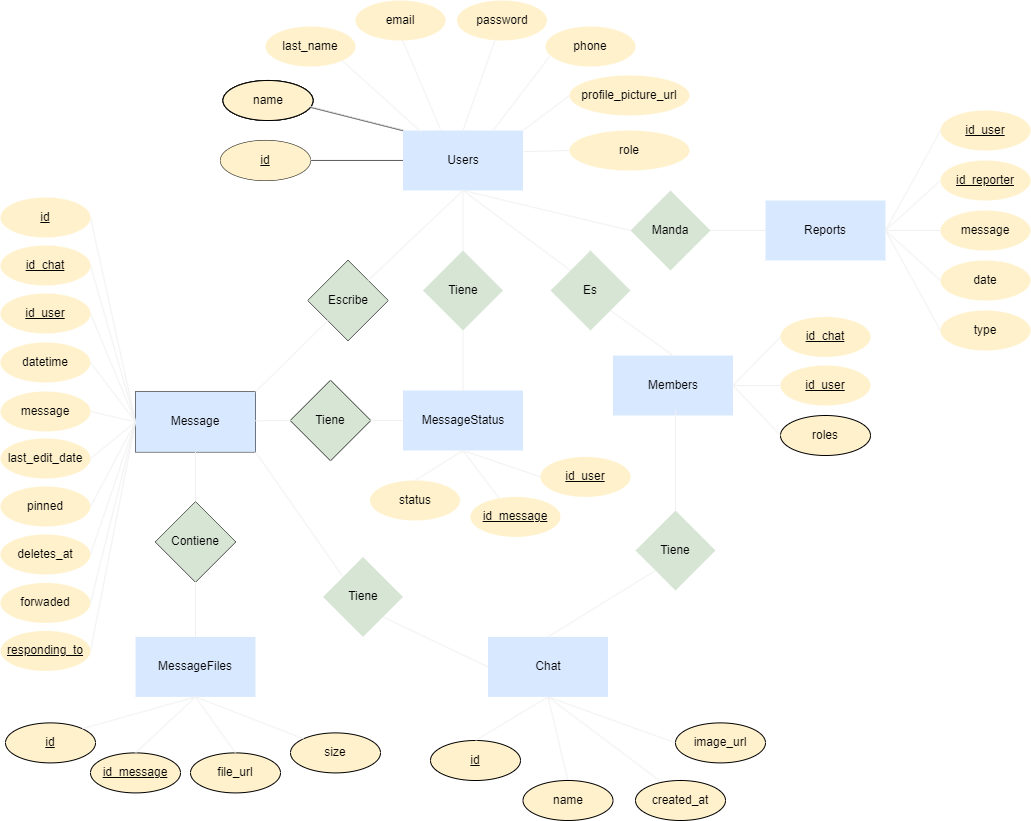
The draw.io diagram assets/ER-Model.png in benjahuenchunir/React_Madrid_frontend, before a commit. Source tidied: cells renumbered, new cells last; positions are measured from the earlier drawing's top-left corner, leaving out a move shared by most shapes.
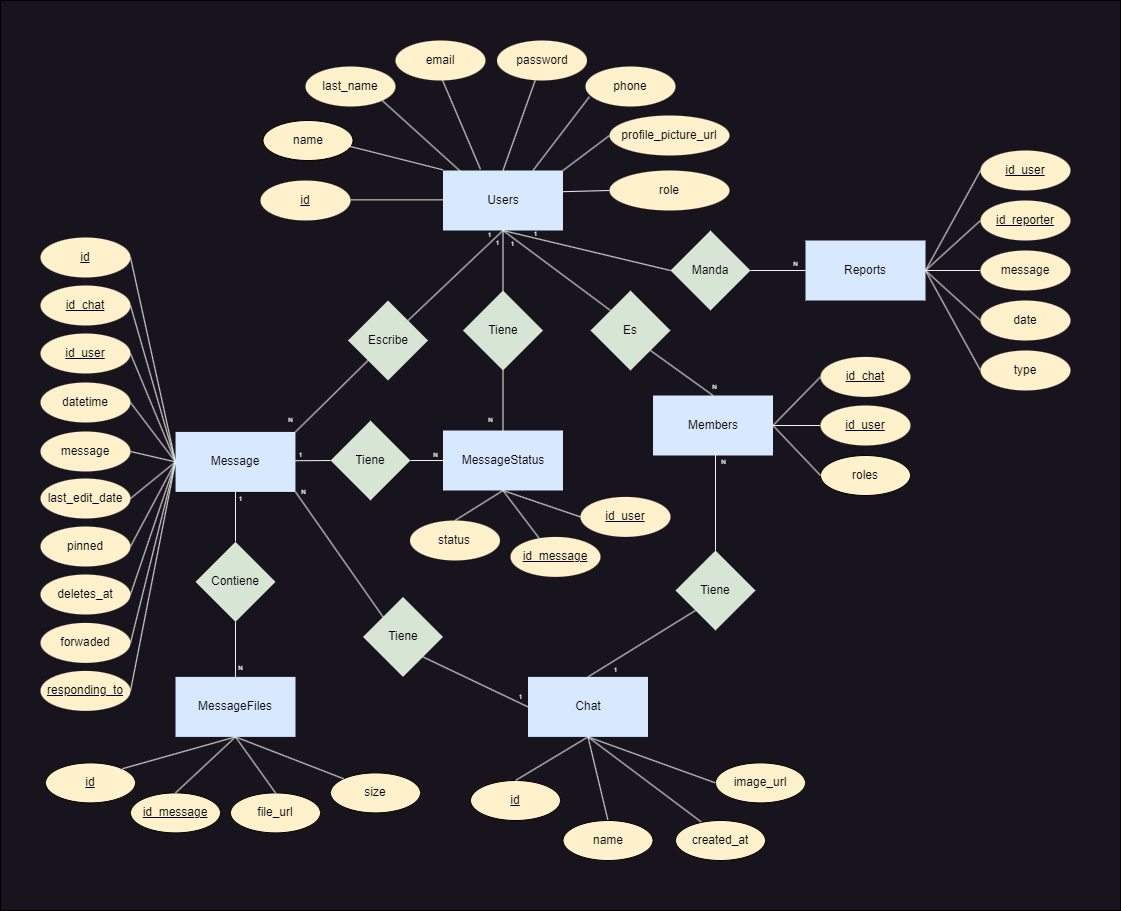
The same diagram one commit later.

Commit message:
fix(Er-model): add background

Change to the diagram source:
```diff
@@ -2,6 +2,9 @@
   <root>
     <mxCell id="0" />
     <mxCell id="1" parent="0" />
+    <mxCell id="132" style="rounded=0;whiteSpace=wrap;html=1;fillColor=#18141D;" parent="1" vertex="1">
+      <mxGeometry x="-40" y="-40" width="1120" height="910" as="geometry" />
+    </mxCell>
     <mxCell id="2" style="endArrow=none;html=1;rounded=0;exitX=0.5;exitY=1;exitDx=0;exitDy=0;entryX=0.292;entryY=0.046;entryDx=0;entryDy=0;fontColor=#000000;entryPerimeter=0;strokeColor=#F0F0F0;" parent="1" edge="1" source="12" target="22">
       <mxGeometry relative="1" as="geometry" />
     </mxCell>
```
